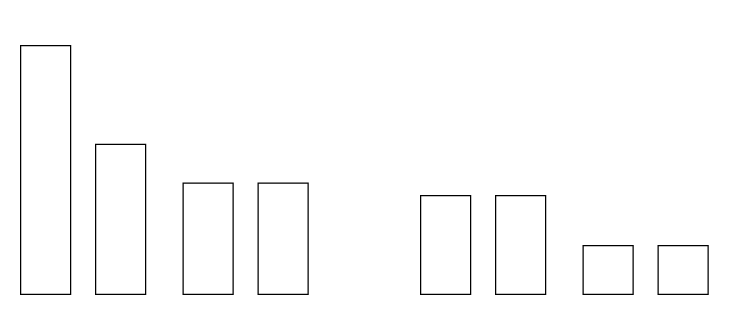
Earlier version of the draw.io diagram Untitled Diagram.drawio (rmasucci/Draw_IO_Diagrams). Source tidied: cells renumbered, new cells numbered last; positions are measured from the earlier drawing's top-left corner, leaving out a move shared by most shapes. Both pictures are drawn from the tidied source at 125%, with x=0, y=0 at pixel (20, 45).
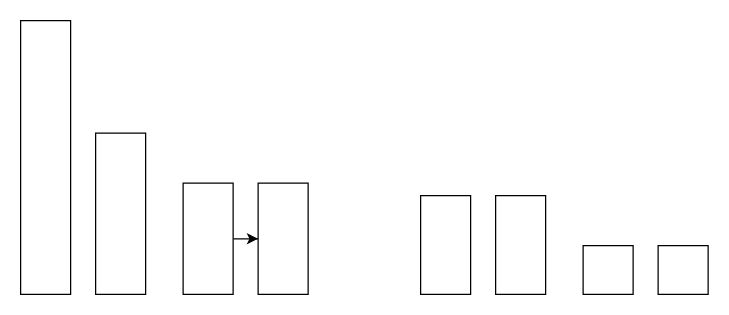
Above is the later version.

Diff of the diagram source:
```diff
@@
 <mxGraphModel>
   <root>
     <mxCell id="0" />
     <mxCell id="1" parent="0" />
     <mxCell id="2" style="rounded=0;whiteSpace=wrap;html=1;" parent="1" vertex="1">
-      <mxGeometry width="40" height="199" as="geometry" />
+      <mxGeometry y="-20" width="40" height="219" as="geometry" />
     </mxCell>
     <mxCell id="3" style="rounded=0;whiteSpace=wrap;html=1;" parent="1" vertex="1">
-      <mxGeometry x="60" y="79" width="40" height="120" as="geometry" />
+      <mxGeometry x="60" y="70" width="40" height="129" as="geometry" />
     </mxCell>
+    <mxCell id="10" style="edgeStyle=orthogonalEdgeStyle;rounded=0;jettySize=auto;html=1;" parent="1" edge="1" source="4" target="5">
+      <mxGeometry relative="1" as="geometry" />
+    </mxCell>
     <mxCell id="4" style="rounded=0;whiteSpace=wrap;html=1;" parent="1" vertex="1">
       <mxGeometry x="130" y="110" width="40" height="89" as="geometry" />
     </mxCell>
     <mxCell id="5" style="rounded=0;whiteSpace=wrap;html=1;" parent="1" vertex="1">
       <mxGeometry x="190" y="110" width="40" height="89" as="geometry" />
     </mxCell>
     <mxCell id="6" style="rounded=0;whiteSpace=wrap;html=1;" parent="1" vertex="1">
       <mxGeometry x="320" y="120" width="40" height="79" as="geometry" />
     </mxCell>
     <mxCell id="7" style="rounded=0;whiteSpace=wrap;html=1;" parent="1" vertex="1">
       <mxGeometry x="380" y="120" width="40" height="79" as="geometry" />
     </mxCell>
     <mxCell id="8" style="rounded=0;whiteSpace=wrap;html=1;" parent="1" vertex="1">
       <mxGeometry x="450" y="160" width="40" height="39" as="geometry" />
     </mxCell>
     <mxCell id="9" style="rounded=0;whiteSpace=wrap;html=1;" parent="1" vertex="1">
       <mxGeometry x="510" y="160" width="40" height="39" as="geometry" />
     </mxCell>
   </root>
 </mxGraphModel>
```
